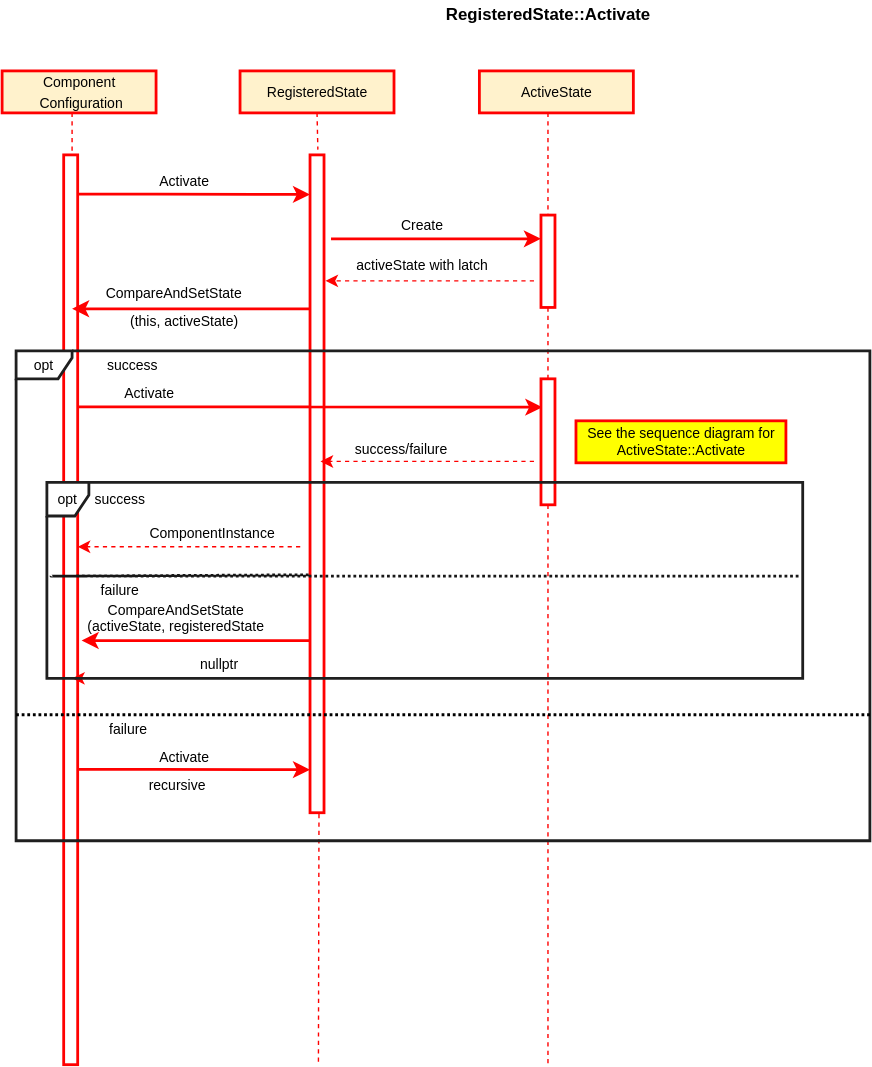
Before: text/0003-declarative-services/RegisteredStateActivate.svg, a diagram exported from draw.io (CppMicroServices/rfcs). Source tidied: cells renumbered, new cells last; positions are measured from the earlier drawing's top-left corner, leaving out a move shared by most shapes.
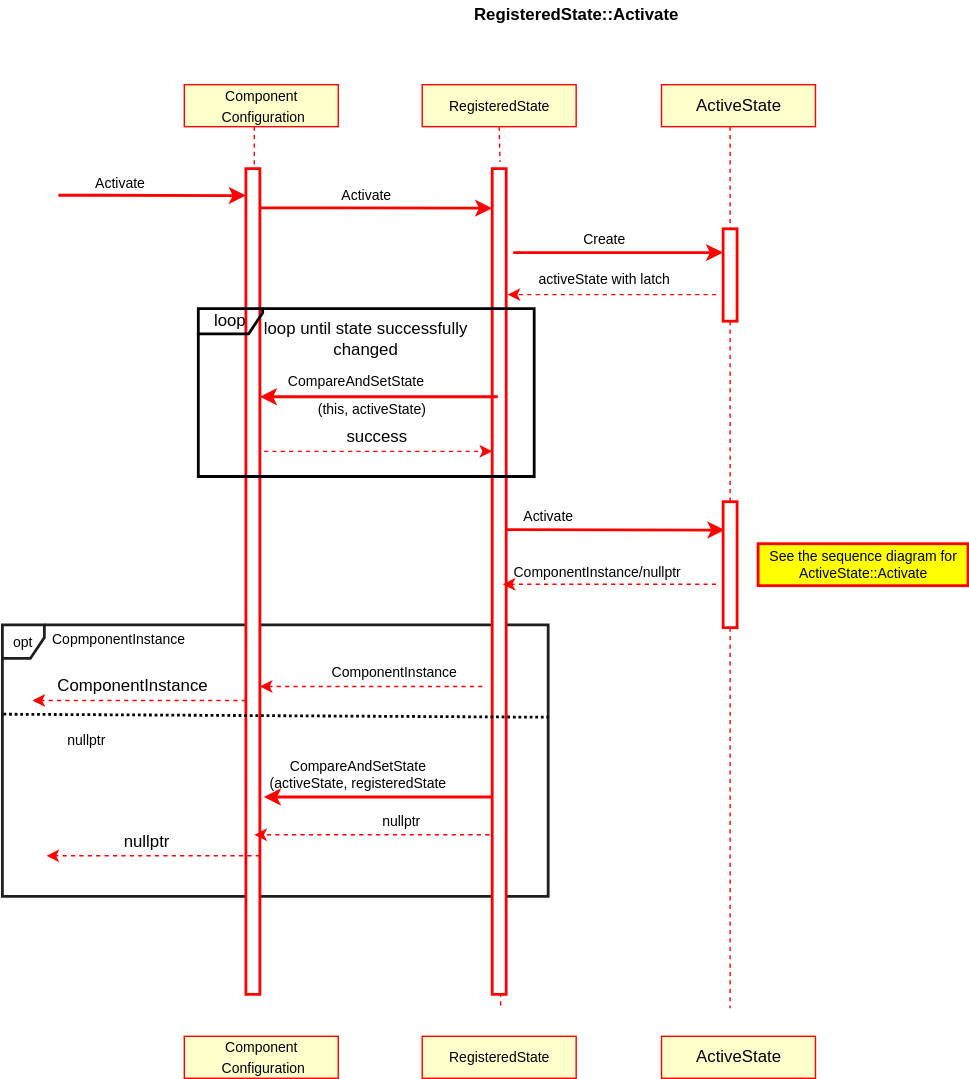
Later version of the same file.

Diff of the diagram source:
```diff
@@ -4,4 +4,7 @@
     <mxCell id="1" parent="0" />
+    <mxCell id="44" value="opt" style="shape=umlFrame;whiteSpace=wrap;html=1;strokeColor=#1F1F1F;strokeWidth=2;fontSize=10;width=30;height=24;" parent="1" vertex="1">
+      <mxGeometry x="-20" y="446" width="390" height="194" as="geometry" />
+    </mxCell>
     <mxCell id="2" style="html=1;points=[];perimeter=orthogonalPerimeter;strokeWidth=2;strokeColor=#FF0000;" parent="1" vertex="1">
-      <mxGeometry x="44" y="110" width="10" height="650" as="geometry" />
+      <mxGeometry x="154" y="120" width="10" height="590" as="geometry" />
     </mxCell>
@@ -9,8 +12,8 @@
       <mxGeometry relative="1" as="geometry">
-        <mxPoint x="50" y="80" as="sourcePoint" />
-        <mxPoint x="50" y="110" as="targetPoint" />
+        <mxPoint x="160" y="90" as="sourcePoint" />
+        <mxPoint x="160" y="120" as="targetPoint" />
       </mxGeometry>
     </mxCell>
-    <mxCell id="4" value="&lt;font style=&quot;font-size: 10px&quot;&gt;Component&lt;br&gt;&amp;nbsp;Configuration&lt;/font&gt;" style="html=1;strokeWidth=2;fillColor=#fff2cc;strokeColor=#FF0000;" parent="1" vertex="1">
-      <mxGeometry y="50" width="110" height="30" as="geometry" />
+    <mxCell id="4" value="&lt;font style=&quot;font-size: 10px&quot;&gt;Component&lt;br&gt;&amp;nbsp;Configuration&lt;/font&gt;" style="html=1;strokeWidth=1;strokeColor=#FF0000;fillColor=#FFFFCC;" parent="1" vertex="1">
+      <mxGeometry x="110" y="60" width="110" height="30" as="geometry" />
     </mxCell>
@@ -19,8 +22,9 @@
     </mxCell>
-    <mxCell id="6" value="&lt;font style=&quot;font-size: 10px&quot;&gt;RegisteredState&lt;/font&gt;" style="html=1;strokeWidth=2;fillColor=#fff2cc;strokeColor=#FF0000;" parent="1" vertex="1">
-      <mxGeometry x="170" y="50" width="110" height="30" as="geometry" />
+    <mxCell id="6" value="&lt;font style=&quot;font-size: 10px&quot;&gt;RegisteredState&lt;/font&gt;" style="html=1;strokeWidth=1;strokeColor=#FF0000;fillColor=#FFFFCC;" parent="1" vertex="1">
+      <mxGeometry x="280" y="60" width="110" height="30" as="geometry" />
     </mxCell>
-    <mxCell id="7" style="edgeStyle=none;rounded=0;jettySize=auto;html=1;startArrow=none;startFill=0;endArrow=none;endFill=0;strokeWidth=1;fontSize=10;dashed=1;exitX=0.64;exitY=1.002;exitDx=0;exitDy=0;exitPerimeter=0;strokeColor=#FF0000;" parent="1" edge="1" source="8">
+    <mxCell id="7" style="edgeStyle=none;rounded=0;orthogonalLoop=1;jettySize=auto;html=1;startArrow=none;startFill=0;endArrow=none;endFill=0;strokeWidth=1;fontSize=10;dashed=1;exitX=0.64;exitY=1.002;exitDx=0;exitDy=0;exitPerimeter=0;strokeColor=#FF0000;" parent="1" edge="1">
       <mxGeometry relative="1" as="geometry">
-        <mxPoint x="226" y="760" as="targetPoint" />
+        <mxPoint x="336.4" y="630.9" as="sourcePoint" />
+        <mxPoint x="336" y="720" as="targetPoint" />
       </mxGeometry>
@@ -28,3 +32,3 @@
     <mxCell id="8" style="html=1;points=[];perimeter=orthogonalPerimeter;strokeWidth=2;strokeColor=#FF0000;" parent="1" vertex="1">
-      <mxGeometry x="220" y="110" width="10" height="470" as="geometry" />
+      <mxGeometry x="330" y="120" width="10" height="590" as="geometry" />
     </mxCell>
@@ -35,6 +39,6 @@
       <mxGeometry relative="1" as="geometry">
-        <mxPoint x="54" y="138" as="sourcePoint" />
-        <mxPoint x="220" y="138.2" as="targetPoint" />
+        <mxPoint x="164" y="148" as="sourcePoint" />
+        <mxPoint x="330" y="148.2" as="targetPoint" />
         <Array as="points">
-          <mxPoint x="100" y="138" />
+          <mxPoint x="210" y="148" />
         </Array>
@@ -43,6 +47,6 @@
     <mxCell id="11" value="&lt;font style=&quot;font-size: 10px&quot;&gt;Activate&lt;/font&gt;" style="text;html=1;align=center;verticalAlign=middle;" parent="1" vertex="1">
-      <mxGeometry x="105" y="119" width="50" height="20" as="geometry" />
+      <mxGeometry x="215" y="129" width="50" height="20" as="geometry" />
     </mxCell>
-    <mxCell id="12" value="&lt;font style=&quot;font-size: 10px;&quot;&gt;ActiveState&lt;/font&gt;" style="html=1;strokeWidth=2;fontSize=10;fillColor=#fff2cc;strokeColor=#FF0000;" parent="1" vertex="1">
-      <mxGeometry x="341" y="50" width="110" height="30" as="geometry" />
+    <mxCell id="12" value="&lt;font style=&quot;font-size: 12px;&quot;&gt;ActiveState&lt;/font&gt;" style="html=1;strokeWidth=1;fontSize=12;strokeColor=#FF0000;fillColor=#FFFFCC;" parent="1" vertex="1">
+      <mxGeometry x="451" y="60" width="110" height="30" as="geometry" />
     </mxCell>
@@ -50,4 +54,4 @@
       <mxGeometry relative="1" as="geometry">
-        <mxPoint x="390" y="80" as="sourcePoint" />
-        <mxPoint x="390" y="153" as="targetPoint" />
+        <mxPoint x="500" y="90" as="sourcePoint" />
+        <mxPoint x="500" y="163" as="targetPoint" />
       </mxGeometry>
@@ -58,3 +62,3 @@
     <mxCell id="15" style="html=1;points=[];perimeter=orthogonalPerimeter;strokeWidth=2;strokeColor=#FF0000;" parent="1" vertex="1">
-      <mxGeometry x="385" y="153" width="10" height="66" as="geometry" />
+      <mxGeometry x="495" y="163" width="10" height="66" as="geometry" />
     </mxCell>
@@ -62,4 +66,4 @@
       <mxGeometry relative="1" as="geometry">
-        <mxPoint x="235" y="170" as="sourcePoint" />
-        <mxPoint x="385" y="170" as="targetPoint" />
+        <mxPoint x="345" y="180" as="sourcePoint" />
+        <mxPoint x="495" y="180" as="targetPoint" />
       </mxGeometry>
@@ -67,3 +71,3 @@
     <mxCell id="17" value="&lt;font style=&quot;font-size: 10px&quot;&gt;Create&lt;/font&gt;" style="text;html=1;align=center;verticalAlign=middle;" parent="1" vertex="1">
-      <mxGeometry x="275" y="150" width="50" height="20" as="geometry" />
+      <mxGeometry x="385" y="160" width="50" height="20" as="geometry" />
     </mxCell>
@@ -71,4 +75,4 @@
       <mxGeometry relative="1" as="geometry">
-        <mxPoint x="380" y="200" as="sourcePoint" />
-        <mxPoint x="231" y="200" as="targetPoint" />
+        <mxPoint x="490" y="210" as="sourcePoint" />
+        <mxPoint x="341" y="210" as="targetPoint" />
       </mxGeometry>
@@ -76,3 +80,3 @@
     <mxCell id="19" value="&lt;font style=&quot;font-size: 10px&quot;&gt;activeState with latch&lt;/font&gt;" style="text;html=1;align=center;verticalAlign=middle;" parent="1" vertex="1">
-      <mxGeometry x="245" y="179" width="110" height="20" as="geometry" />
+      <mxGeometry x="355" y="189" width="110" height="20" as="geometry" />
     </mxCell>
@@ -80,4 +84,4 @@
       <mxGeometry relative="1" as="geometry">
-        <mxPoint x="220" y="220" as="sourcePoint" />
-        <mxPoint x="50" y="220" as="targetPoint" />
+        <mxPoint x="334" y="283" as="sourcePoint" />
+        <mxPoint x="164" y="283" as="targetPoint" />
       </mxGeometry>
@@ -85,9 +89,9 @@
     <mxCell id="21" value="&lt;font style=&quot;font-size: 10px&quot;&gt;CompareAndSetState&amp;nbsp;&lt;/font&gt;" style="text;html=1;align=center;verticalAlign=middle;" parent="1" vertex="1">
-      <mxGeometry x="64" y="199" width="120" height="20" as="geometry" />
+      <mxGeometry x="174" y="262" width="120" height="20" as="geometry" />
     </mxCell>
     <mxCell id="22" value="&lt;font style=&quot;font-size: 10px&quot;&gt;(this, activeState)&lt;/font&gt;" style="text;html=1;align=center;verticalAlign=middle;" parent="1" vertex="1">
-      <mxGeometry x="85" y="219" width="90" height="20" as="geometry" />
+      <mxGeometry x="199" y="282" width="90" height="20" as="geometry" />
     </mxCell>
     <mxCell id="23" value="&lt;font style=&quot;font-size: 10px&quot;&gt;Activate&lt;/font&gt;" style="text;html=1;align=center;verticalAlign=middle;" parent="1" vertex="1">
-      <mxGeometry x="80" y="270" width="50" height="20" as="geometry" />
+      <mxGeometry x="345" y="358" width="50" height="20" as="geometry" />
     </mxCell>
@@ -95,7 +99,4 @@
       <mxGeometry relative="1" as="geometry">
-        <mxPoint x="220" y="290" as="sourcePoint" />
-        <mxPoint x="386" y="290.2" as="targetPoint" />
-        <Array as="points">
-          <mxPoint x="50" y="290" />
-        </Array>
+        <mxPoint x="340" y="378" as="sourcePoint" />
+        <mxPoint x="496" y="378.2" as="targetPoint" />
       </mxGeometry>
@@ -104,3 +105,3 @@
       <mxGeometry relative="1" as="geometry">
-        <mxPoint x="390" y="760" as="targetPoint" />
+        <mxPoint x="500" y="720" as="targetPoint" />
       </mxGeometry>
@@ -108,34 +109,23 @@
     <mxCell id="26" style="html=1;points=[];perimeter=orthogonalPerimeter;strokeWidth=2;strokeColor=#FF0000;" parent="1" vertex="1">
-      <mxGeometry x="385" y="270" width="10" height="90" as="geometry" />
+      <mxGeometry x="495" y="358" width="10" height="90" as="geometry" />
     </mxCell>
-    <mxCell id="27" value="success" style="text;html=1;align=center;verticalAlign=middle;fontSize=10;" parent="1" vertex="1">
-      <mxGeometry x="68" y="250" width="50" height="20" as="geometry" />
-    </mxCell>
-    <mxCell id="28" value="failure" style="text;html=1;align=center;verticalAlign=middle;fontSize=10;" parent="1" vertex="1">
-      <mxGeometry x="64" y="411" width="40" height="20" as="geometry" />
+    <mxCell id="28" value="nullptr" style="text;html=1;align=center;verticalAlign=middle;fontSize=10;" parent="1" vertex="1">
+      <mxGeometry x="20" y="518" width="40" height="20" as="geometry" />
     </mxCell>
     <mxCell id="29" value="CompareAndSetState&lt;br&gt;(activeState, registeredState" style="text;html=1;align=center;verticalAlign=middle;fontSize=10;" parent="1" vertex="1">
-      <mxGeometry x="54" y="426" width="140" height="30" as="geometry" />
+      <mxGeometry x="164" y="538" width="140" height="30" as="geometry" />
     </mxCell>
     <mxCell id="30" value="&lt;span&gt;See the sequence diagram for &lt;br&gt;ActiveState::Activate&lt;/span&gt;" style="text;html=1;align=center;verticalAlign=middle;fontSize=10;strokeColor=#FF0000;fillColor=#FFFF00;strokeWidth=2;" parent="1" vertex="1">
-      <mxGeometry x="410" y="300" width="150" height="30" as="geometry" />
+      <mxGeometry x="520" y="388" width="150" height="30" as="geometry" />
     </mxCell>
-    <mxCell id="31" style="endArrow=none;html=1;strokeColor=#171717;strokeWidth=2;endFill=0;dashed=1;dashPattern=1 1;" parent="1" edge="1">
-      <mxGeometry relative="1" as="geometry">
-        <mxPoint x="219" y="410" as="sourcePoint" />
-        <mxPoint x="570" y="411" as="targetPoint" />
-        <Array as="points">
-          <mxPoint x="30" y="411" />
-        </Array>
-      </mxGeometry>
-    </mxCell>
-    <mxCell id="32" value="success/failure" style="text;html=1;align=center;verticalAlign=middle;fontSize=10;" parent="1" vertex="1">
-      <mxGeometry x="245" y="310" width="80" height="20" as="geometry" />
+    <mxCell id="32" value="ComponentInstance/nullptr" style="text;html=1;align=center;verticalAlign=middle;fontSize=10;" parent="1" vertex="1">
+      <mxGeometry x="340" y="398" width="130" height="20" as="geometry" />
     </mxCell>
-    <mxCell id="33" value="success" style="text;html=1;align=center;verticalAlign=middle;fontSize=10;" parent="1" vertex="1">
-      <mxGeometry x="59" y="346" width="50" height="20" as="geometry" />
+    <mxCell id="33" value="CopmponentInstance" style="text;html=1;align=center;verticalAlign=middle;fontSize=10;" parent="1" vertex="1">
+      <mxGeometry x="8" y="446" width="110" height="20" as="geometry" />
     </mxCell>
-    <mxCell id="34" style="endArrow=classic;html=1;strokeWidth=1;dashed=1;strokeColor=#FF0000;" parent="1" edge="1" target="2">
+    <mxCell id="34" style="endArrow=classic;html=1;strokeWidth=1;dashed=1;strokeColor=#FF0000;" parent="1" edge="1">
       <mxGeometry relative="1" as="geometry">
-        <mxPoint x="213" y="390" as="sourcePoint" />
+        <mxPoint x="323" y="490" as="sourcePoint" />
+        <mxPoint x="164" y="490" as="targetPoint" />
       </mxGeometry>
@@ -143,29 +133,8 @@
     <mxCell id="35" value="ComponentInstance" style="text;html=1;align=center;verticalAlign=middle;fontSize=10;" parent="1" vertex="1">
-      <mxGeometry x="95" y="370" width="110" height="20" as="geometry" />
+      <mxGeometry x="205" y="470" width="110" height="20" as="geometry" />
     </mxCell>
-    <mxCell id="36" value="failure" style="text;html=1;align=center;verticalAlign=middle;fontSize=10;" parent="1" vertex="1">
-      <mxGeometry x="70" y="510" width="40" height="20" as="geometry" />
-    </mxCell>
-    <mxCell id="37" style="endArrow=classic;html=1;entryX=0;entryY=0.048;entryDx=0;entryDy=0;entryPerimeter=0;strokeWidth=2;strokeColor=#FF0000;" parent="1" edge="1">
-      <mxGeometry relative="1" as="geometry">
-        <mxPoint x="54" y="549" as="sourcePoint" />
-        <mxPoint x="220" y="549.2" as="targetPoint" />
-        <Array as="points">
-          <mxPoint x="100" y="549" />
-        </Array>
-      </mxGeometry>
-    </mxCell>
-    <mxCell id="38" value="&lt;font style=&quot;font-size: 10px&quot;&gt;Activate&lt;/font&gt;" style="text;html=1;align=center;verticalAlign=middle;" parent="1" vertex="1">
-      <mxGeometry x="105" y="530" width="50" height="20" as="geometry" />
-    </mxCell>
-    <mxCell id="39" value="recursive" style="text;html=1;align=center;verticalAlign=middle;fontSize=10;" parent="1" vertex="1">
-      <mxGeometry x="95" y="550" width="60" height="20" as="geometry" />
-    </mxCell>
-    <mxCell id="40" value="opt" style="shape=umlFrame;whiteSpace=wrap;html=1;strokeColor=#1F1F1F;strokeWidth=2;fontSize=10;width=40;height=20;" parent="1" vertex="1">
-      <mxGeometry x="10" y="250" width="610" height="350" as="geometry" />
-    </mxCell>
     <mxCell id="41" style="endArrow=classic;html=1;strokeWidth=2;fontSize=10;entryX=0.02;entryY=1.167;entryDx=0;entryDy=0;entryPerimeter=0;strokeColor=#FF0000;" parent="1" edge="1">
       <mxGeometry relative="1" as="geometry">
-        <mxPoint x="220" y="457" as="sourcePoint" />
-        <mxPoint x="56.8" y="457" as="targetPoint" />
+        <mxPoint x="330" y="569" as="sourcePoint" />
+        <mxPoint x="166.8" y="569" as="targetPoint" />
       </mxGeometry>
@@ -174,4 +143,4 @@
       <mxGeometry relative="1" as="geometry">
-        <mxPoint x="218" y="484" as="sourcePoint" />
-        <mxPoint x="50" y="484" as="targetPoint" />
+        <mxPoint x="328" y="596" as="sourcePoint" />
+        <mxPoint x="160" y="596" as="targetPoint" />
       </mxGeometry>
@@ -179,19 +148,72 @@
     <mxCell id="43" value="nullptr" style="text;html=1;align=center;verticalAlign=middle;fontSize=10;" parent="1" vertex="1">
-      <mxGeometry x="135" y="464" width="40" height="20" as="geometry" />
+      <mxGeometry x="245" y="576" width="40" height="20" as="geometry" />
     </mxCell>
-    <mxCell id="44" value="opt" style="shape=umlFrame;whiteSpace=wrap;html=1;strokeColor=#1F1F1F;strokeWidth=2;fontSize=10;width=30;height=24;" parent="1" vertex="1">
-      <mxGeometry x="32" y="344" width="540" height="140" as="geometry" />
-    </mxCell>
     <mxCell id="45" style="endArrow=classic;html=1;strokeWidth=1;dashed=1;strokeColor=#FF0000;" parent="1" edge="1">
       <mxGeometry relative="1" as="geometry">
-        <mxPoint x="380" y="329" as="sourcePoint" />
-        <mxPoint x="227.5" y="329" as="targetPoint" />
+        <mxPoint x="490" y="417" as="sourcePoint" />
+        <mxPoint x="337.5" y="417" as="targetPoint" />
       </mxGeometry>
     </mxCell>
-    <mxCell id="46" style="endArrow=none;dashed=1;html=1;strokeWidth=2;fontSize=10;dashPattern=1 1;" parent="1" edge="1">
-      <mxGeometry relative="1" as="geometry">
-        <mxPoint x="10" y="510" as="sourcePoint" />
-        <mxPoint x="620" y="510" as="targetPoint" />
-      </mxGeometry>
-    </mxCell>
+    <mxCell id="47" value="&lt;font style=&quot;font-size: 10px&quot;&gt;Component&lt;br&gt;&amp;nbsp;Configuration&lt;/font&gt;" style="html=1;strokeWidth=1;strokeColor=#FF0000;fillColor=#FFFFCC;" parent="1" vertex="1">
+      <mxGeometry x="110" y="740" width="110" height="30" as="geometry" />
+    </mxCell>
+    <mxCell id="48" value="&lt;font style=&quot;font-size: 10px&quot;&gt;RegisteredState&lt;/font&gt;" style="html=1;strokeWidth=1;strokeColor=#FF0000;fillColor=#FFFFCC;" parent="1" vertex="1">
+      <mxGeometry x="280" y="740" width="110" height="30" as="geometry" />
+    </mxCell>
+    <mxCell id="49" value="&lt;font style=&quot;font-size: 12px;&quot;&gt;ActiveState&lt;/font&gt;" style="html=1;strokeWidth=1;fontSize=12;strokeColor=#FF0000;fillColor=#FFFFCC;" parent="1" vertex="1">
+      <mxGeometry x="451" y="740" width="110" height="30" as="geometry" />
+    </mxCell>
+    <mxCell id="50" style="endArrow=classic;html=1;entryX=0;entryY=0.048;entryDx=0;entryDy=0;entryPerimeter=0;strokeWidth=2;strokeColor=#FF0000;" parent="1" edge="1">
+      <mxGeometry relative="1" as="geometry">
+        <mxPoint x="20" y="139" as="sourcePoint" />
+        <mxPoint x="154" y="139.2" as="targetPoint" />
+        <Array as="points">
+          <mxPoint x="34" y="139" />
+        </Array>
+      </mxGeometry>
+    </mxCell>
+    <mxCell id="38" value="&lt;font style=&quot;font-size: 10px&quot;&gt;Activate&lt;/font&gt;" style="text;html=1;align=center;verticalAlign=middle;" parent="1" vertex="1">
+      <mxGeometry x="39" y="120" width="50" height="20" as="geometry" />
+    </mxCell>
+    <mxCell id="51" value="loop until state successfully changed" style="text;html=1;strokeColor=none;fillColor=none;align=center;verticalAlign=middle;whiteSpace=wrap;rounded=0;fontSize=12;" parent="1" vertex="1">
+      <mxGeometry x="160" y="232" width="160" height="20" as="geometry" />
+    </mxCell>
+    <mxCell id="52" style="endArrow=classic;html=1;strokeWidth=1;strokeColor=#FF0000;dashed=1;" parent="1" edge="1">
+      <mxGeometry relative="1" as="geometry">
+        <mxPoint x="167" y="322" as="sourcePoint" />
+        <mxPoint x="330" y="322" as="targetPoint" />
+        <Array as="points">
+          <mxPoint x="181" y="322" />
+        </Array>
+      </mxGeometry>
+    </mxCell>
+    <mxCell id="27" value="success" style="text;html=1;strokeColor=none;fillColor=none;align=center;verticalAlign=middle;whiteSpace=wrap;rounded=0;fontSize=12;" parent="1" vertex="1">
+      <mxGeometry x="228" y="302" width="40" height="20" as="geometry" />
+    </mxCell>
+    <mxCell id="53" value="loop" style="shape=umlFrame;whiteSpace=wrap;html=1;strokeColor=#000000;strokeWidth=2;fontSize=12;width=46;height=18;fillColor=none;" parent="1" vertex="1">
+      <mxGeometry x="120" y="220" width="240" height="120" as="geometry" />
+    </mxCell>
+    <mxCell id="54" style="endArrow=classic;html=1;strokeWidth=1;dashed=1;strokeColor=#FF0000;" parent="1" edge="1">
+      <mxGeometry relative="1" as="geometry">
+        <mxPoint x="154" y="500" as="sourcePoint" />
+        <mxPoint x="1.5" y="500" as="targetPoint" />
+      </mxGeometry>
+    </mxCell>
+    <mxCell id="55" value="ComponentInstance" style="text;html=1;strokeColor=none;fillColor=none;align=center;verticalAlign=middle;whiteSpace=wrap;rounded=0;fontSize=12;" parent="1" vertex="1">
+      <mxGeometry x="39" y="480" width="69" height="20" as="geometry" />
+    </mxCell>
+    <mxCell id="56" style="endArrow=classic;html=1;strokeWidth=1;dashed=1;strokeColor=#FF0000;" parent="1" edge="1">
+      <mxGeometry relative="1" as="geometry">
+        <mxPoint x="164" y="611" as="sourcePoint" />
+        <mxPoint x="11.5" y="611" as="targetPoint" />
+      </mxGeometry>
+    </mxCell>
+    <mxCell id="57" value="nullptr" style="text;html=1;strokeColor=none;fillColor=none;align=center;verticalAlign=middle;whiteSpace=wrap;rounded=0;fontSize=12;" parent="1" vertex="1">
+      <mxGeometry x="49" y="591" width="69" height="20" as="geometry" />
+    </mxCell>
+    <mxCell id="58" style="endArrow=none;html=1;strokeWidth=2;fontSize=12;dashed=1;dashPattern=1 1;exitX=0.002;exitY=0.329;exitDx=0;exitDy=0;exitPerimeter=0;" parent="1" edge="1" source="44">
+      <mxGeometry relative="1" as="geometry">
+        <mxPoint x="370" y="512" as="targetPoint" />
+      </mxGeometry>
+    </mxCell>
   </root>
```
